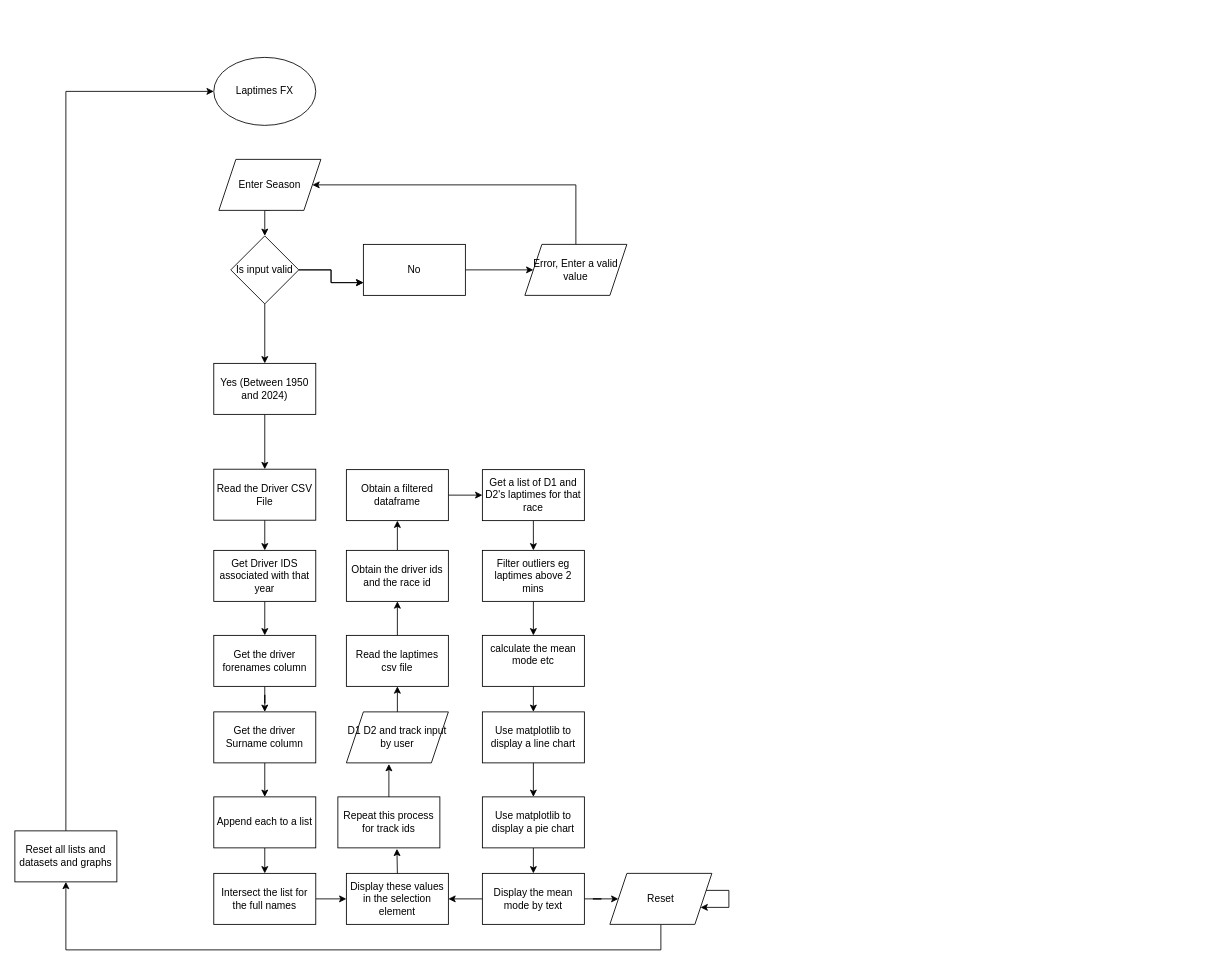
This is Untitled Diagram.drawio from Danwii2006/CS25, a draw.io file, before an edit. Source tidied: cells renumbered, new cells numbered last; positions are measured from the earlier drawing's top-left corner, leaving out a move shared by most shapes. Both pictures are drawn from the tidied source at 85%, with x=0, y=0 at pixel (14, 57).
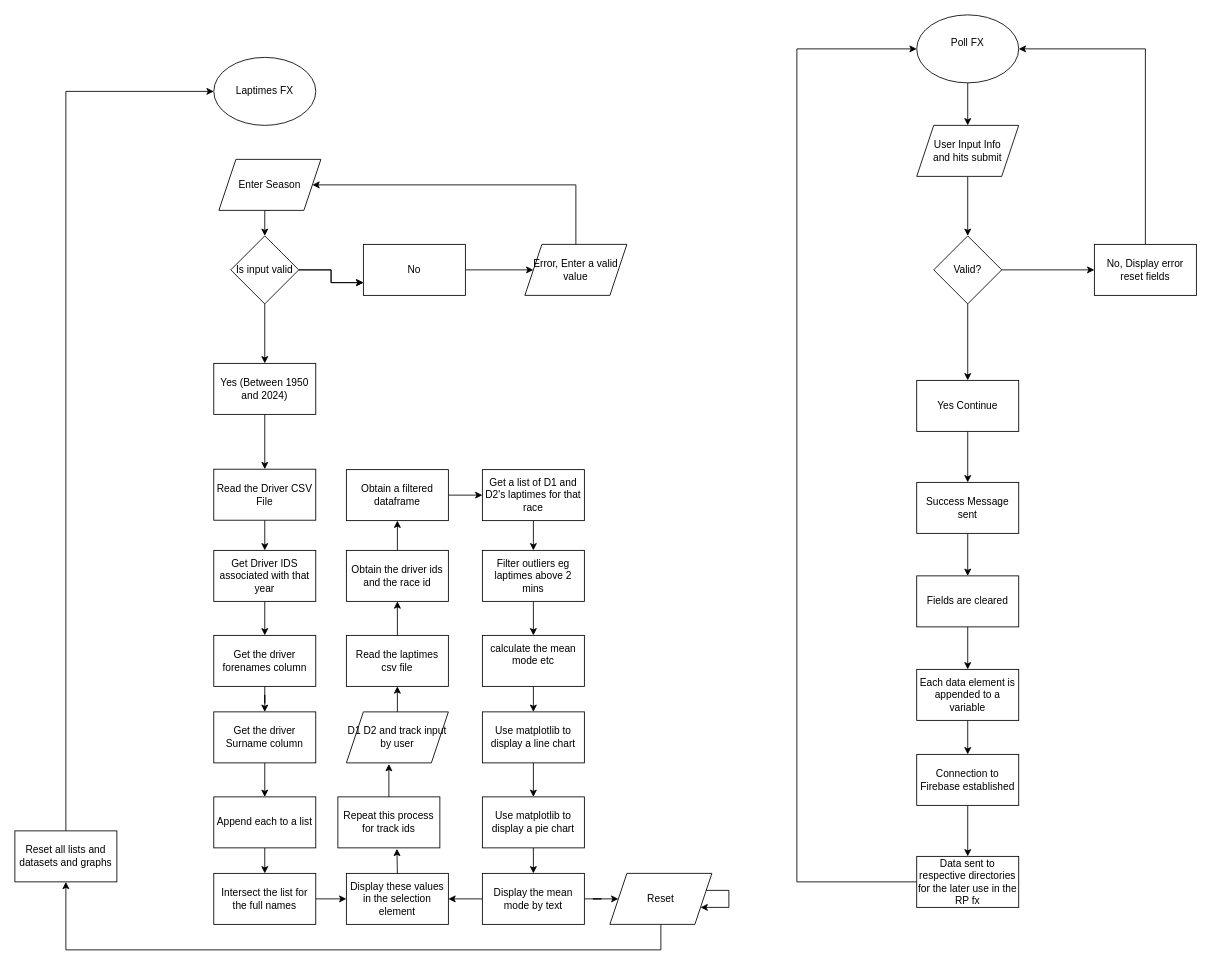
The same diagram, later.

Change to the diagram source:
```diff
@@
+    <mxCell id="57" style="edgeStyle=orthogonalEdgeStyle;rounded=0;jettySize=auto;html=1;exitX=0.5;exitY=1;exitDx=0;exitDy=0;entryX=0.5;entryY=0;entryDx=0;entryDy=0;" parent="1" edge="1" source="58" target="60">
+      <mxGeometry relative="1" as="geometry" />
+    </mxCell>
+    <mxCell id="58" value="&lt;div&gt;Poll FX&lt;/div&gt;&lt;div&gt;&lt;br&gt;&lt;/div&gt;" style="ellipse;whiteSpace=wrap;html=1;" parent="1" vertex="1">
+      <mxGeometry x="1061" y="-50" width="120" height="80" as="geometry" />
+    </mxCell>
+    <mxCell id="59" style="edgeStyle=orthogonalEdgeStyle;rounded=0;jettySize=auto;html=1;exitX=0.5;exitY=1;exitDx=0;exitDy=0;" parent="1" edge="1" source="60" target="63">
+      <mxGeometry relative="1" as="geometry" />
+    </mxCell>
+    <mxCell id="60" value="&lt;div&gt;User Input Info&lt;/div&gt;&lt;div&gt;and hits submit&lt;/div&gt;" style="shape=parallelogram;perimeter=parallelogramPerimeter;whiteSpace=wrap;html=1;fixedSize=1;" parent="1" vertex="1">
+      <mxGeometry x="1061" y="80" width="120" height="60" as="geometry" />
+    </mxCell>
+    <mxCell id="61" style="edgeStyle=orthogonalEdgeStyle;rounded=0;jettySize=auto;html=1;exitX=1;exitY=0.5;exitDx=0;exitDy=0;entryX=0;entryY=0.5;entryDx=0;entryDy=0;" parent="1" edge="1" source="63" target="67">
+      <mxGeometry relative="1" as="geometry" />
+    </mxCell>
+    <mxCell id="62" style="edgeStyle=orthogonalEdgeStyle;rounded=0;jettySize=auto;html=1;exitX=0.5;exitY=1;exitDx=0;exitDy=0;entryX=0.5;entryY=0;entryDx=0;entryDy=0;" parent="1" edge="1" source="63" target="65">
+      <mxGeometry relative="1" as="geometry" />
+    </mxCell>
+    <mxCell id="63" value="Valid?" style="rhombus;whiteSpace=wrap;html=1;" parent="1" vertex="1">
+      <mxGeometry x="1081" y="210" width="80" height="80" as="geometry" />
+    </mxCell>
+    <mxCell id="64" style="edgeStyle=orthogonalEdgeStyle;rounded=0;jettySize=auto;html=1;exitX=0.5;exitY=1;exitDx=0;exitDy=0;entryX=0.5;entryY=0;entryDx=0;entryDy=0;" parent="1" edge="1" source="65" target="69">
+      <mxGeometry relative="1" as="geometry" />
+    </mxCell>
+    <mxCell id="65" value="Yes Continue" style="rounded=0;whiteSpace=wrap;html=1;" parent="1" vertex="1">
+      <mxGeometry x="1061" y="380" width="120" height="60" as="geometry" />
+    </mxCell>
+    <mxCell id="66" style="edgeStyle=orthogonalEdgeStyle;rounded=0;jettySize=auto;html=1;entryX=1;entryY=0.5;entryDx=0;entryDy=0;" parent="1" edge="1" source="67" target="58">
+      <mxGeometry relative="1" as="geometry">
+        <Array as="points">
+          <mxPoint x="1330" y="-10" />
+        </Array>
+      </mxGeometry>
+    </mxCell>
+    <mxCell id="67" value="No, Display error reset fields" style="rounded=0;whiteSpace=wrap;html=1;" parent="1" vertex="1">
+      <mxGeometry x="1270" y="220" width="120" height="60" as="geometry" />
+    </mxCell>
+    <mxCell id="68" style="edgeStyle=orthogonalEdgeStyle;rounded=0;jettySize=auto;html=1;exitX=0.5;exitY=1;exitDx=0;exitDy=0;entryX=0.5;entryY=0;entryDx=0;entryDy=0;" parent="1" edge="1" source="69" target="71">
+      <mxGeometry relative="1" as="geometry" />
+    </mxCell>
+    <mxCell id="69" value="Success Message sent" style="rounded=0;whiteSpace=wrap;html=1;" parent="1" vertex="1">
+      <mxGeometry x="1061" y="500" width="120" height="60" as="geometry" />
+    </mxCell>
+    <mxCell id="70" style="edgeStyle=orthogonalEdgeStyle;rounded=0;jettySize=auto;html=1;exitX=0.5;exitY=1;exitDx=0;exitDy=0;entryX=0.5;entryY=0;entryDx=0;entryDy=0;" parent="1" edge="1" source="71" target="73">
+      <mxGeometry relative="1" as="geometry" />
+    </mxCell>
+    <mxCell id="71" value="Fields are cleared" style="rounded=0;whiteSpace=wrap;html=1;" parent="1" vertex="1">
+      <mxGeometry x="1061" y="610" width="120" height="60" as="geometry" />
+    </mxCell>
+    <mxCell id="72" style="edgeStyle=orthogonalEdgeStyle;rounded=0;jettySize=auto;html=1;exitX=0.5;exitY=1;exitDx=0;exitDy=0;entryX=0.5;entryY=0;entryDx=0;entryDy=0;" parent="1" edge="1" source="73" target="75">
+      <mxGeometry relative="1" as="geometry" />
+    </mxCell>
+    <mxCell id="73" value="Each data element is appended to a variable" style="rounded=0;whiteSpace=wrap;html=1;" parent="1" vertex="1">
+      <mxGeometry x="1061" y="720" width="120" height="60" as="geometry" />
+    </mxCell>
+    <mxCell id="74" style="edgeStyle=orthogonalEdgeStyle;rounded=0;jettySize=auto;html=1;exitX=0.5;exitY=1;exitDx=0;exitDy=0;entryX=0.5;entryY=0;entryDx=0;entryDy=0;" parent="1" edge="1" source="75" target="77">
+      <mxGeometry relative="1" as="geometry" />
+    </mxCell>
+    <mxCell id="75" value="Connection to Firebase established" style="rounded=0;whiteSpace=wrap;html=1;" parent="1" vertex="1">
+      <mxGeometry x="1061" y="820" width="120" height="60" as="geometry" />
+    </mxCell>
+    <mxCell id="76" style="edgeStyle=orthogonalEdgeStyle;rounded=0;jettySize=auto;html=1;exitX=0;exitY=0.5;exitDx=0;exitDy=0;entryX=0;entryY=0.5;entryDx=0;entryDy=0;" parent="1" edge="1" source="77" target="58">
+      <mxGeometry relative="1" as="geometry">
+        <Array as="points">
+          <mxPoint x="920" y="970" />
+          <mxPoint x="920" y="-10" />
+        </Array>
+      </mxGeometry>
+    </mxCell>
+    <mxCell id="77" value="Data sent to respective directories for the later use in the RP fx" style="rounded=0;whiteSpace=wrap;html=1;" parent="1" vertex="1">
+      <mxGeometry x="1061" y="940" width="120" height="60" as="geometry" />
+    </mxCell>
```
